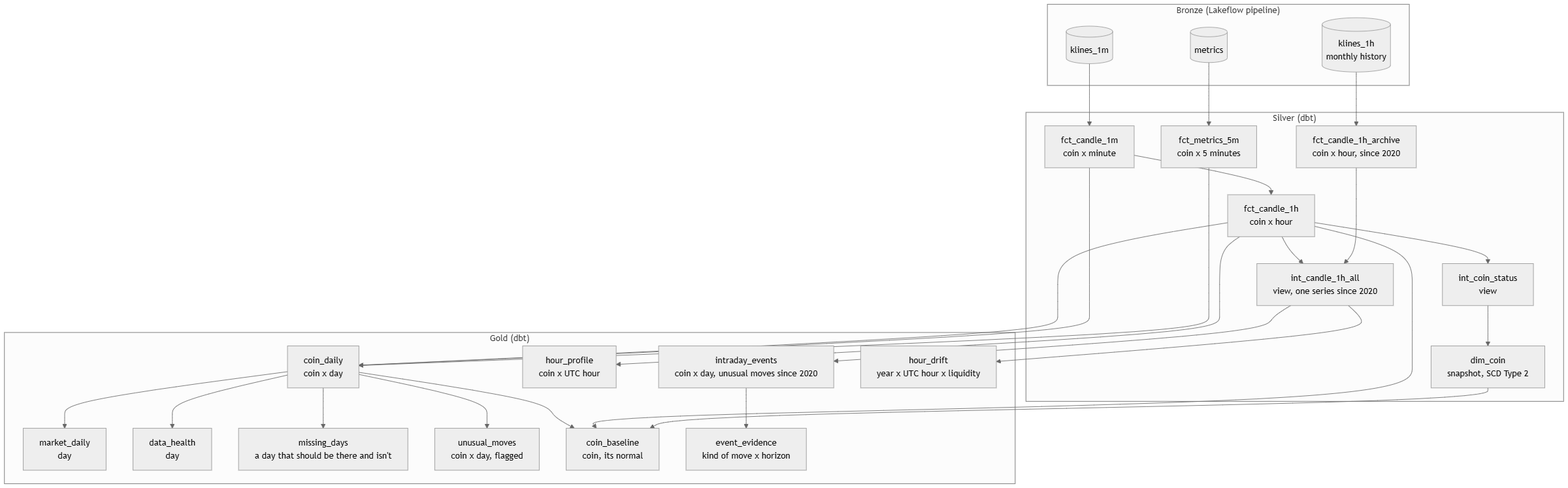
Earlier version of the Mermaid export docs/images/diagrams/dbt-lineage.png (shivam65-sketch/medusa). Its source is kept beside it as docs/diagrams/dbt-lineage.mmd.
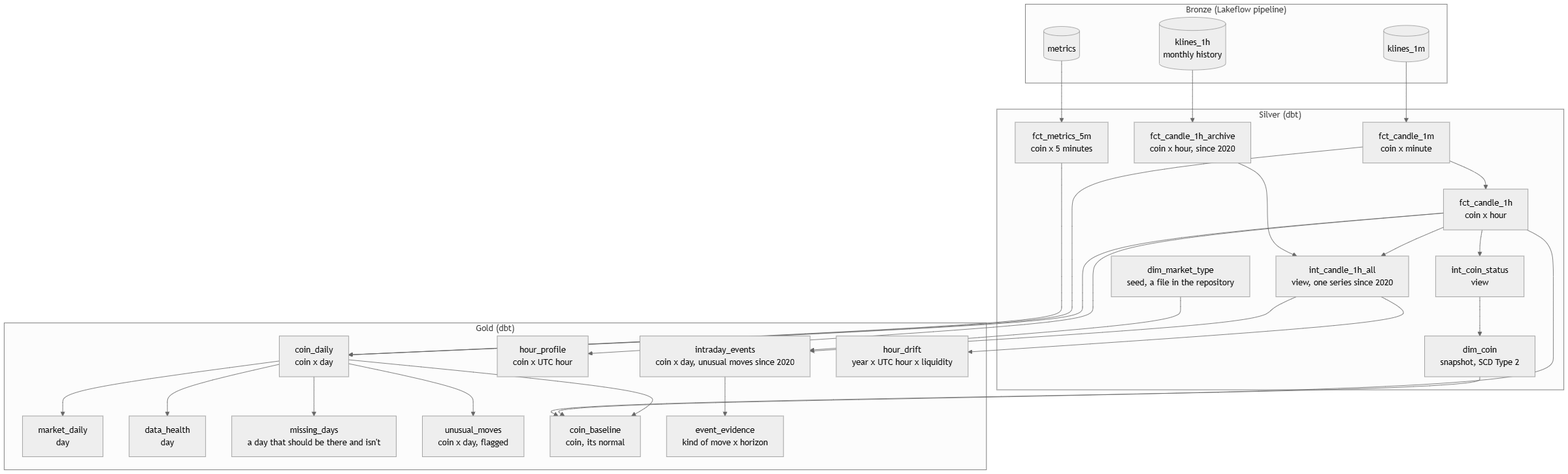
Later version of the same file.

Change to the diagram source:
```diff
@@ -13,6 +13,7 @@
     all["int_candle_1h_all<br>view, one series since 2020"]
     ics["int_coin_status<br>view"]
     dc["dim_coin<br>snapshot, SCD Type 2"]
+    mt["dim_market_type<br>seed, a file in the repository"]
   end
   subgraph GLD["Gold (dbt)"]
     cd["coin_daily<br>coin x day"]
@@ -45,4 +46,5 @@
   c1h --> cb
   dc --> cb
   all --> ie --> ee
+  mt --> ie
   all --> hd
```
